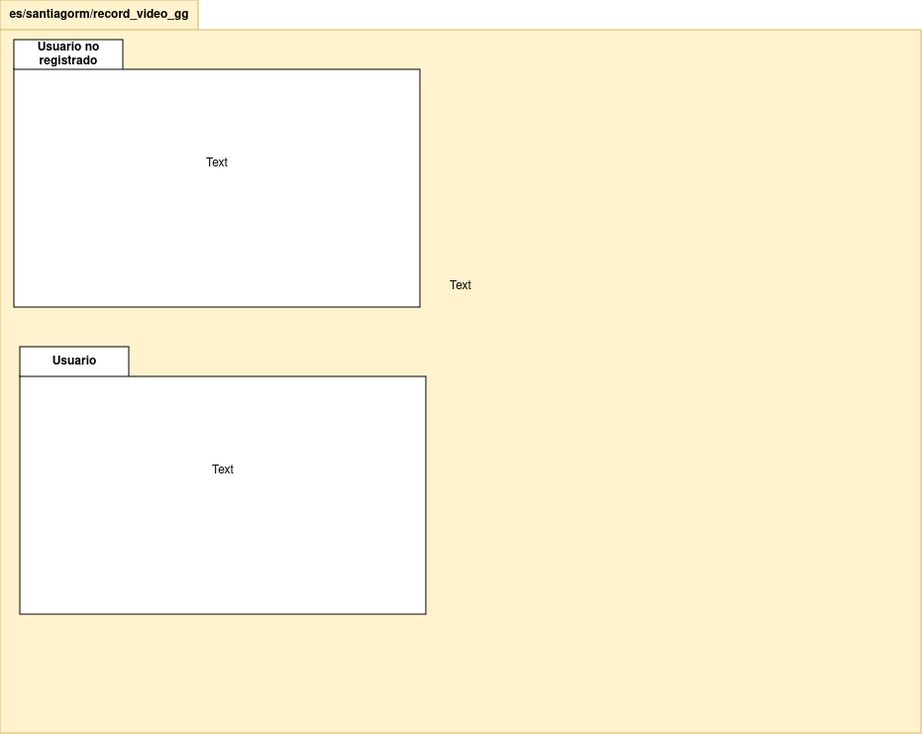
This is images/Diagrama de paquetes Mensajeria Pelipper.drawio.png from Santyew/RecordVideoGG, a draw.io export, as it was before one commit. Source tidied: cells renumbered, new cells last; positions are measured from the earlier drawing's top-left corner, leaving out a move shared by most shapes. The source it was exported from:
```xml
<mxGraphModel>
  <root>
    <mxCell id="0" />
    <mxCell id="1" parent="0" />
    <mxCell id="2" value="es/santiagorm/record_video_gg" style="shape=folder;fontStyle=1;tabWidth=200;tabHeight=30;tabPosition=left;html=1;boundedLbl=1;labelInHeader=1;whiteSpace=wrap;fillColor=#fff2cc;strokeColor=#d6b656;" parent="1" vertex="1">
      <mxGeometry width="930" height="740" as="geometry" />
    </mxCell>
    <mxCell id="3" value="Text" style="html=1;strokeColor=none;fillColor=none;whiteSpace=wrap;" parent="2" vertex="1">
      <mxGeometry width="930" height="518" relative="1" as="geometry">
        <mxPoint y="30" as="offset" />
      </mxGeometry>
    </mxCell>
    <mxCell id="4" value="Usuario no registrado" style="shape=folder;fontStyle=1;tabWidth=110;tabHeight=30;tabPosition=left;html=1;boundedLbl=1;labelInHeader=1;whiteSpace=wrap;" parent="2" vertex="1">
      <mxGeometry x="14" y="40" width="410" height="270" as="geometry" />
    </mxCell>
    <mxCell id="5" value="Text" style="html=1;strokeColor=none;fillColor=none;whiteSpace=wrap;" parent="4" vertex="1">
      <mxGeometry width="410" height="189" relative="1" as="geometry">
        <mxPoint y="30" as="offset" />
      </mxGeometry>
    </mxCell>
    <mxCell id="6" value="Usuario" style="shape=folder;fontStyle=1;tabWidth=110;tabHeight=30;tabPosition=left;html=1;boundedLbl=1;labelInHeader=1;whiteSpace=wrap;" parent="2" vertex="1">
      <mxGeometry x="20" y="350" width="410" height="270" as="geometry" />
    </mxCell>
    <mxCell id="7" value="Text" style="html=1;strokeColor=none;fillColor=none;whiteSpace=wrap;" parent="6" vertex="1">
      <mxGeometry width="410" height="189" relative="1" as="geometry">
        <mxPoint y="30" as="offset" />
      </mxGeometry>
    </mxCell>
  </root>
</mxGraphModel>
```
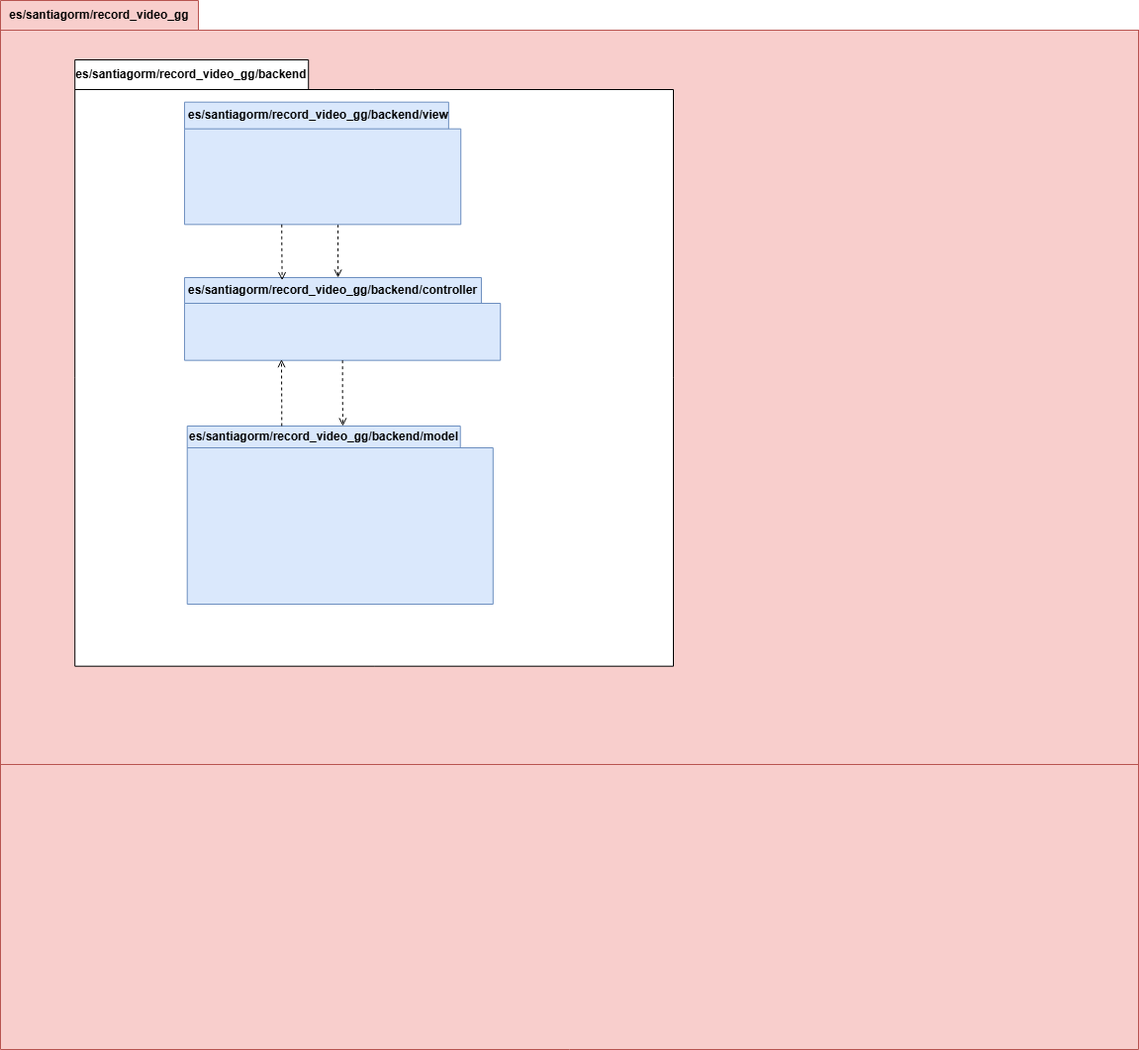
After the change.

Commit message:
Se agregan diagrama de paquetes .drawio.png

The edit, as a diff of the source:
```diff
@@ -2,29 +2,74 @@
   <root>
     <mxCell id="0" />
     <mxCell id="1" parent="0" />
-    <mxCell id="2" value="es/santiagorm/record_video_gg" style="shape=folder;fontStyle=1;tabWidth=200;tabHeight=30;tabPosition=left;html=1;boundedLbl=1;labelInHeader=1;whiteSpace=wrap;fillColor=#fff2cc;strokeColor=#d6b656;" parent="1" vertex="1">
-      <mxGeometry width="930" height="740" as="geometry" />
+    <mxCell id="2" value="es/santiagorm/record_video_gg" style="shape=folder;fontStyle=1;tabWidth=200;tabHeight=30;tabPosition=left;html=1;boundedLbl=1;labelInHeader=1;whiteSpace=wrap;fillColor=#f8cecc;strokeColor=#b85450;" parent="1" vertex="1">
+      <mxGeometry width="1150" height="1060" as="geometry" />
     </mxCell>
-    <mxCell id="3" value="Text" style="html=1;strokeColor=none;fillColor=none;whiteSpace=wrap;" parent="2" vertex="1">
-      <mxGeometry width="930" height="518" relative="1" as="geometry">
+    <mxCell id="3" style="html=1;strokeColor=#b85450;fillColor=#f8cecc;whiteSpace=wrap;" parent="2" vertex="1">
+      <mxGeometry width="1150" height="742" relative="1" as="geometry">
         <mxPoint y="30" as="offset" />
       </mxGeometry>
     </mxCell>
-    <mxCell id="4" value="Usuario no registrado" style="shape=folder;fontStyle=1;tabWidth=110;tabHeight=30;tabPosition=left;html=1;boundedLbl=1;labelInHeader=1;whiteSpace=wrap;" parent="2" vertex="1">
-      <mxGeometry x="14" y="40" width="410" height="270" as="geometry" />
+    <mxCell id="4" value="es/santiagorm/record_video_gg/backend" style="shape=folder;fontStyle=1;tabWidth=236;tabHeight=30;tabPosition=left;html=1;boundedLbl=1;labelInHeader=1;whiteSpace=wrap;" parent="2" vertex="1">
+      <mxGeometry x="75.2" y="60" width="604.8" height="612.7" as="geometry" />
     </mxCell>
-    <mxCell id="5" value="Text" style="html=1;strokeColor=none;fillColor=none;whiteSpace=wrap;" parent="4" vertex="1">
-      <mxGeometry width="410" height="189" relative="1" as="geometry">
+    <mxCell id="5" style="html=1;strokeColor=none;fillColor=none;whiteSpace=wrap;" parent="4" vertex="1">
+      <mxGeometry width="604.77" height="427.87" relative="1" as="geometry">
         <mxPoint y="30" as="offset" />
       </mxGeometry>
     </mxCell>
+    <mxCell id="8" value="es/santiagorm/record_video_gg/backend/model" style="shape=folder;fontStyle=1;tabWidth=276;tabHeight=22;tabPosition=left;html=1;boundedLbl=1;labelInHeader=1;whiteSpace=wrap;fillColor=#dae8fc;strokeColor=#6c8ebf;" parent="4" vertex="1">
+      <mxGeometry x="113.5" y="370" width="309.1" height="180" as="geometry" />
+    </mxCell>
+    <mxCell id="9" style="html=1;strokeColor=none;fillColor=none;whiteSpace=wrap;" parent="8" vertex="1">
+      <mxGeometry width="309.08" height="126" relative="1" as="geometry">
+        <mxPoint y="30" as="offset" />
+      </mxGeometry>
+    </mxCell>
+    <mxCell id="10" style="edgeStyle=orthogonalEdgeStyle;rounded=0;jettySize=auto;html=1;dashed=1;endArrow=open;endFill=0;" parent="4" edge="1" source="11" target="6">
+      <mxGeometry relative="1" as="geometry">
+        <Array as="points">
+          <mxPoint x="265.9" y="190" />
+          <mxPoint x="265.9" y="190" />
+        </Array>
+      </mxGeometry>
+    </mxCell>
+    <mxCell id="11" value="es/santiagorm/record_video_gg/backend/view" style="shape=folder;fontStyle=1;tabWidth=271;tabHeight=27;tabPosition=left;html=1;boundedLbl=1;labelInHeader=1;whiteSpace=wrap;fillColor=#dae8fc;strokeColor=#6c8ebf;" parent="4" vertex="1">
+      <mxGeometry x="110.7" y="42.7" width="279.3" height="123.7" as="geometry" />
+    </mxCell>
+    <mxCell id="12" style="html=1;strokeColor=none;fillColor=none;whiteSpace=wrap;" parent="11" vertex="1">
+      <mxGeometry width="274.89" height="58.56" relative="1" as="geometry">
+        <mxPoint y="30" as="offset" />
+      </mxGeometry>
+    </mxCell>
-    <mxCell id="6" value="Usuario" style="shape=folder;fontStyle=1;tabWidth=110;tabHeight=30;tabPosition=left;html=1;boundedLbl=1;labelInHeader=1;whiteSpace=wrap;" parent="2" vertex="1">
-      <mxGeometry x="20" y="350" width="410" height="270" as="geometry" />
+    <mxCell id="6" value="es/santiagorm/record_video_gg/backend/controller" style="shape=folder;fontStyle=1;tabWidth=300;tabHeight=26;tabPosition=left;html=1;boundedLbl=1;labelInHeader=1;whiteSpace=wrap;fillColor=#dae8fc;strokeColor=#6c8ebf;" parent="4" vertex="1">
+      <mxGeometry x="110.7" y="220" width="319.3" height="83.7" as="geometry" />
     </mxCell>
-    <mxCell id="7" value="Text" style="html=1;strokeColor=none;fillColor=none;whiteSpace=wrap;" parent="6" vertex="1">
-      <mxGeometry width="410" height="189" relative="1" as="geometry">
+    <mxCell id="7" style="html=1;strokeColor=none;fillColor=none;whiteSpace=wrap;" parent="6" vertex="1">
+      <mxGeometry width="314.27" height="58.56" relative="1" as="geometry">
         <mxPoint y="30" as="offset" />
       </mxGeometry>
     </mxCell>
+    <mxCell id="13" style="edgeStyle=orthogonalEdgeStyle;rounded=0;jettySize=auto;html=1;entryX=0.309;entryY=0.032;entryDx=0;entryDy=0;entryPerimeter=0;dashed=1;endArrow=open;endFill=0;" parent="4" edge="1" source="11" target="6">
+      <mxGeometry relative="1" as="geometry">
+        <Array as="points">
+          <mxPoint x="209" y="180" />
+          <mxPoint x="209" y="180" />
+        </Array>
+      </mxGeometry>
+    </mxCell>
+    <mxCell id="14" style="edgeStyle=orthogonalEdgeStyle;rounded=0;jettySize=auto;html=1;dashed=1;endArrow=open;endFill=0;" parent="4" edge="1" source="6">
+      <mxGeometry relative="1" as="geometry">
+        <mxPoint x="270.8" y="370" as="targetPoint" />
+      </mxGeometry>
+    </mxCell>
+    <mxCell id="15" style="edgeStyle=orthogonalEdgeStyle;rounded=0;jettySize=auto;html=1;entryX=0.307;entryY=0.988;entryDx=0;entryDy=0;entryPerimeter=0;dashed=1;endArrow=open;endFill=0;" parent="4" edge="1" source="8" target="6">
+      <mxGeometry relative="1" as="geometry">
+        <Array as="points">
+          <mxPoint x="209" y="350" />
+          <mxPoint x="209" y="350" />
+        </Array>
+      </mxGeometry>
+    </mxCell>
   </root>
 </mxGraphModel>
```
